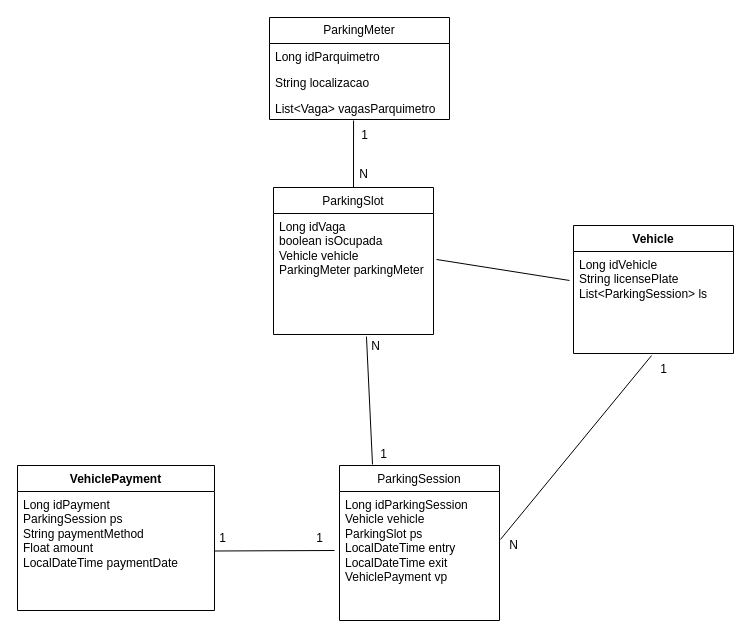
FiapPosTech-5ADJT/tech-challenge-2-grupo-21 keeps this draw.io diagram as tech-challenge-2-diagrama-entidades-relacionamentos.drawio. Above is the earlier version. Source tidied: cells renumbered, new cells numbered last; positions are measured from the earlier drawing's top-left corner, leaving out a move shared by most shapes. Both pictures are drawn from the tidied source at 100%, with x=0, y=0 at pixel (17, 17).
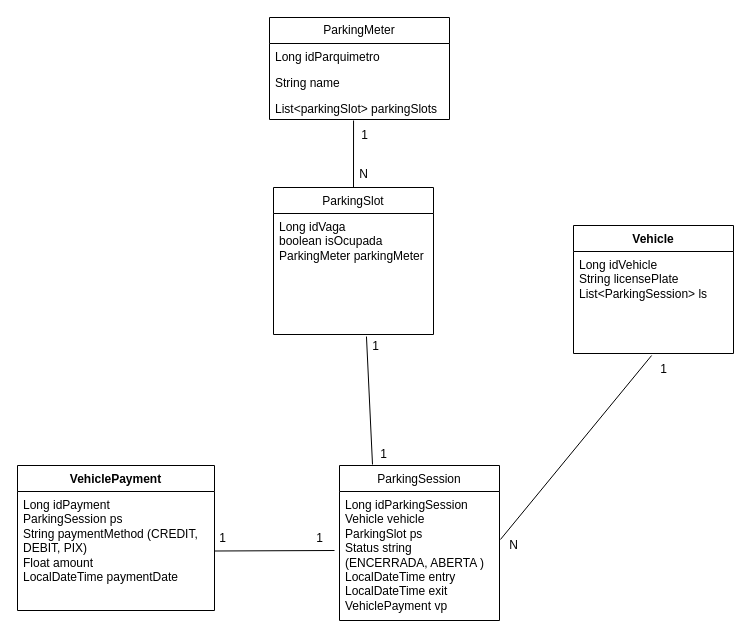
The same diagram, later.

The change refers to these unchanged cells:
```xml
<mxCell id="2" value="ParkingMeter" style="swimlane;fontStyle=0;horizontal=1;startSize=26;fillColor=none;whiteSpace=wrap;html=1;" parent="1" vertex="1">
  <mxGeometry x="252" width="180" height="102" as="geometry" />
</mxCell>
<mxCell id="6" value="&lt;span style=&quot;font-weight: 400;&quot;&gt;ParkingSlot&lt;/span&gt;" style="swimlane;fontStyle=1;align=center;verticalAlign=top;horizontal=1;startSize=26;whiteSpace=wrap;html=1;" parent="1" vertex="1">
  <mxGeometry x="256" y="170" width="160" height="147" as="geometry" />
</mxCell>
<mxCell id="9" value="Long idVehicle&lt;div&gt;String licensePlate&lt;/div&gt;&lt;div&gt;List&amp;lt;ParkingSession&amp;gt; ls&lt;/div&gt;" style="text;strokeColor=none;fillColor=none;align=left;verticalAlign=top;spacingLeft=4;spacingRight=4;overflow=hidden;points=[[0,0.5],[1,0.5]];portConstraint=eastwest;whiteSpace=wrap;html=1;" parent="8" vertex="1">
  <mxGeometry y="26" width="160" height="102" as="geometry" />
</mxCell>
<mxCell id="10" value="VehiclePayment " style="swimlane;fontStyle=1;align=center;verticalAlign=top;horizontal=1;startSize=26;whiteSpace=wrap;html=1;" parent="1" vertex="1">
  <mxGeometry y="448" width="197" height="145" as="geometry" />
</mxCell>
<mxCell id="12" value="&lt;span style=&quot;font-weight: 400; text-align: left;&quot;&gt;ParkingSession&lt;/span&gt;" style="swimlane;fontStyle=1;align=center;verticalAlign=top;horizontal=1;startSize=26;whiteSpace=wrap;html=1;" parent="1" vertex="1">
  <mxGeometry x="322" y="448" width="160" height="155" as="geometry" />
</mxCell>
```

What changed in the source:
```diff
@@
-    <mxCell id="4" value="String localizacao" style="text;strokeColor=none;fillColor=none;align=left;verticalAlign=top;spacingLeft=4;spacingRight=4;overflow=hidden;whiteSpace=wrap;html=1;" parent="2" vertex="1">
+    <mxCell id="4" value="String name" style="text;strokeColor=none;fillColor=none;align=left;verticalAlign=top;spacingLeft=4;spacingRight=4;overflow=hidden;whiteSpace=wrap;html=1;" parent="2" vertex="1">
       <mxGeometry y="52" width="180" height="26" as="geometry" />
     </mxCell>
-    <mxCell id="5" value="List&amp;lt;Vaga&amp;gt; vagasParquimetro" style="text;strokeColor=none;fillColor=none;align=left;verticalAlign=top;spacingLeft=4;spacingRight=4;overflow=hidden;points=[[0,0.5],[1,0.5]];portConstraint=eastwest;whiteSpace=wrap;html=1;" parent="2" vertex="1">
+    <mxCell id="5" value="List&amp;lt;parkingSlot&amp;gt; parkingSlots" style="text;strokeColor=none;fillColor=none;align=left;verticalAlign=top;spacingLeft=4;spacingRight=4;overflow=hidden;points=[[0,0.5],[1,0.5]];portConstraint=eastwest;whiteSpace=wrap;html=1;" parent="2" vertex="1">
       <mxGeometry y="78" width="180" height="24" as="geometry" />
     </mxCell>
@@
-    <mxCell id="7" value="Long idVaga&lt;div&gt;boolean isOcupada&lt;br&gt;&lt;/div&gt;&lt;div&gt;Vehicle vehicle&lt;br&gt;&lt;/div&gt;&lt;div&gt;ParkingMeter parkingMeter&lt;/div&gt;" style="text;strokeColor=none;fillColor=none;align=left;verticalAlign=top;spacingLeft=4;spacingRight=4;overflow=hidden;points=[[0,0.5],[1,0.5]];portConstraint=eastwest;whiteSpace=wrap;html=1;" parent="6" vertex="1">
+    <mxCell id="7" value="Long idVaga&lt;div&gt;boolean isOcupada&lt;br&gt;&lt;/div&gt;&lt;div&gt;&lt;span style=&quot;background-color: initial;&quot;&gt;ParkingMeter parkingMeter&lt;/span&gt;&lt;br&gt;&lt;/div&gt;" style="text;strokeColor=none;fillColor=none;align=left;verticalAlign=top;spacingLeft=4;spacingRight=4;overflow=hidden;points=[[0,0.5],[1,0.5]];portConstraint=eastwest;whiteSpace=wrap;html=1;" parent="6" vertex="1">
       <mxGeometry y="26" width="160" height="121" as="geometry" />
     </mxCell>
@@
-    <mxCell id="11" value="Long idPayment&lt;div&gt;ParkingSession ps&lt;/div&gt;&lt;div&gt;String paymentMethod&lt;/div&gt;&lt;div&gt;Float amount&lt;/div&gt;&lt;div&gt;LocalDateTime paymentDate&lt;/div&gt;" style="text;strokeColor=none;fillColor=none;align=left;verticalAlign=top;spacingLeft=4;spacingRight=4;overflow=hidden;points=[[0,0.5],[1,0.5]];portConstraint=eastwest;whiteSpace=wrap;html=1;" parent="10" vertex="1">
+    <mxCell id="11" value="Long idPayment&lt;div&gt;ParkingSession ps&lt;/div&gt;&lt;div&gt;String paymentMethod (CREDIT, DEBIT, PIX)&lt;/div&gt;&lt;div&gt;Float amount&lt;/div&gt;&lt;div&gt;LocalDateTime paymentDate&lt;/div&gt;" style="text;strokeColor=none;fillColor=none;align=left;verticalAlign=top;spacingLeft=4;spacingRight=4;overflow=hidden;points=[[0,0.5],[1,0.5]];portConstraint=eastwest;whiteSpace=wrap;html=1;" parent="10" vertex="1">
       <mxGeometry y="26" width="197" height="119" as="geometry" />
     </mxCell>
@@
-    <mxCell id="13" value="Long idParkingSession&lt;div&gt;Vehicle vehicle&lt;/div&gt;&lt;div&gt;ParkingSlot ps&lt;/div&gt;&lt;div&gt;LocalDateTime entry&lt;/div&gt;&lt;div&gt;LocalDateTime exit&lt;br&gt;&lt;/div&gt;&lt;div&gt;VehiclePayment vp&lt;/div&gt;" style="text;strokeColor=none;fillColor=none;align=left;verticalAlign=top;spacingLeft=4;spacingRight=4;overflow=hidden;points=[[0,0.5],[1,0.5]];portConstraint=eastwest;whiteSpace=wrap;html=1;" parent="12" vertex="1">
+    <mxCell id="13" value="Long idParkingSession&lt;div&gt;Vehicle vehicle&lt;/div&gt;&lt;div&gt;ParkingSlot ps&lt;/div&gt;&lt;div&gt;Status string (ENCERRADA, ABERTA )&lt;/div&gt;&lt;div&gt;LocalDateTime entry&lt;/div&gt;&lt;div&gt;LocalDateTime exit&lt;br&gt;&lt;/div&gt;&lt;div&gt;VehiclePayment vp&lt;/div&gt;" style="text;strokeColor=none;fillColor=none;align=left;verticalAlign=top;spacingLeft=4;spacingRight=4;overflow=hidden;points=[[0,0.5],[1,0.5]];portConstraint=eastwest;whiteSpace=wrap;html=1;" parent="12" vertex="1">
       <mxGeometry y="26" width="160" height="129" as="geometry" />
     </mxCell>
@@
-    <mxCell id="18" style="endArrow=none;html=1;rounded=0;exitX=1.019;exitY=0.38;exitDx=0;exitDy=0;exitPerimeter=0;entryX=-0.025;entryY=0.284;entryDx=0;entryDy=0;entryPerimeter=0;" parent="1" edge="1" source="7" target="9">
-      <mxGeometry relative="1" as="geometry" />
-    </mxCell>
@@
-    <mxCell id="25" value="N" style="text;html=1;align=center;verticalAlign=middle;strokeColor=none;fillColor=none;" parent="1" vertex="1">
-      <mxGeometry x="344" y="316" width="27" height="26" as="geometry" />
+    <mxCell id="25" value="1" style="text;html=1;align=center;verticalAlign=middle;strokeColor=none;fillColor=none;" parent="1" vertex="1">
+      <mxGeometry x="345" y="316" width="25" height="26" as="geometry" />
     </mxCell>
```
